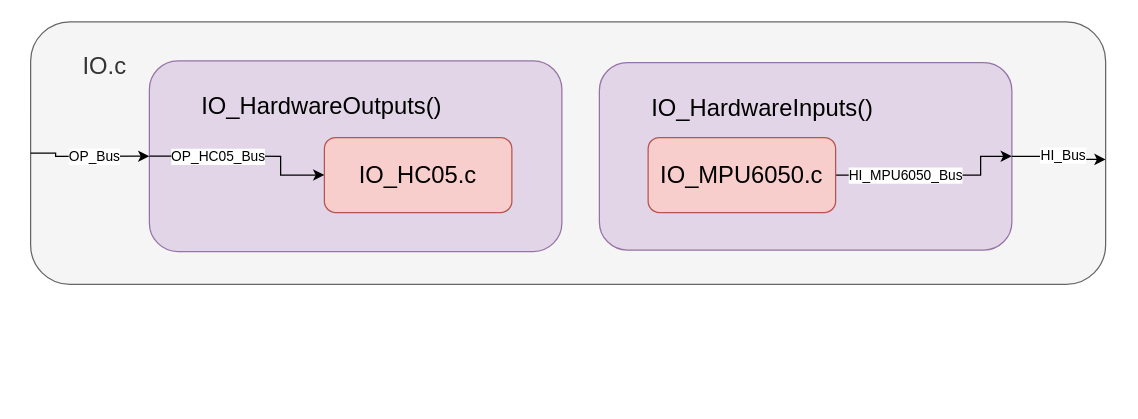
Earlier version of the draw.io diagram page "IO" (2 of 4) of Resources/BlockDiagrams/STM32_Reaction_Wheel_Architecture.drawio (austynloehr/stm32_reaction_wheel). Source tidied: cells renumbered, new cells numbered last; positions are measured from the earlier drawing's top-left corner, leaving out a move shared by most shapes. Both pictures are drawn from the tidied source at 125%, with x=0, y=0 at pixel (30, 21).
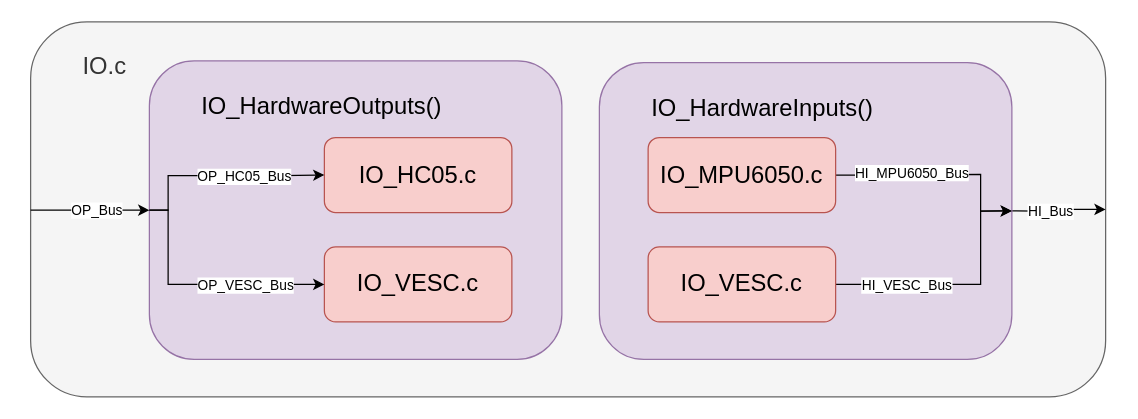
After the change.

The change refers to these unchanged cells:
```xml
<mxCell id="6" value="IO_MPU6050.c" style="rounded=1;whiteSpace=wrap;html=1;fillColor=#f8cecc;strokeColor=#b85450;fontSize=19;" parent="1" vertex="1">
  <mxGeometry x="494" y="92.5" width="150" height="60" as="geometry" />
</mxCell>
<mxCell id="8" value="IO_HC05.c" style="rounded=1;whiteSpace=wrap;html=1;fillColor=#f8cecc;strokeColor=#b85450;fontSize=19;" parent="1" vertex="1">
  <mxGeometry x="235" y="92.5" width="150" height="60" as="geometry" />
</mxCell>
```

What changed in the source:
```diff
@@
     <mxCell id="2" value="&lt;blockquote style=&quot;font-size: 18px;&quot;&gt;&lt;font style=&quot;font-size: 19px;&quot;&gt;IO.c&lt;/font&gt;&lt;/blockquote&gt;" style="rounded=1;whiteSpace=wrap;html=1;fillColor=#f5f5f5;strokeColor=#666666;align=left;labelPosition=center;verticalLabelPosition=middle;verticalAlign=top;fontColor=#333333;" parent="1" vertex="1">
-      <mxGeometry width="860" height="210" as="geometry" />
+      <mxGeometry width="860" height="300" as="geometry" />
     </mxCell>
+    <mxCell id="15" style="edgeStyle=orthogonalEdgeStyle;rounded=0;jettySize=auto;html=1;exitX=1;exitY=0.5;exitDx=0;exitDy=0;entryX=1;entryY=0.5;entryDx=0;entryDy=0;" parent="1" edge="1" source="3" target="2">
+      <mxGeometry relative="1" as="geometry">
+        <Array as="points">
+          <mxPoint x="805" y="151" />
+          <mxPoint x="805" y="150" />
+        </Array>
+      </mxGeometry>
+    </mxCell>
+    <mxCell id="14" value="HI_Bus" style="edgeLabel;html=1;align=center;verticalAlign=middle;" parent="15" vertex="1">
+      <mxGeometry x="-0.16" y="-1" relative="1" as="geometry" />
+    </mxCell>
     <mxCell id="3" value="&lt;blockquote&gt;IO_HardwareInputs()&lt;/blockquote&gt;" style="rounded=1;whiteSpace=wrap;html=1;fillColor=#e1d5e7;strokeColor=#9673a6;fontSize=19;align=left;verticalAlign=top;" parent="1" vertex="1">
-      <mxGeometry x="455" y="32.5" width="330" height="150" as="geometry" />
+      <mxGeometry x="455" y="32.5" width="330" height="237.5" as="geometry" />
     </mxCell>
     <mxCell id="4" style="edgeStyle=orthogonalEdgeStyle;rounded=0;jettySize=auto;html=1;exitX=1;exitY=0.5;exitDx=0;exitDy=0;entryX=1;entryY=0.5;entryDx=0;entryDy=0;" parent="1" edge="1" source="6" target="3">
       <mxGeometry relative="1" as="geometry">
         <Array as="points">
-          <mxPoint x="760" y="123" />
-          <mxPoint x="760" y="108" />
+          <mxPoint x="664" y="122" />
+          <mxPoint x="760" y="122" />
+          <mxPoint x="760" y="151" />
         </Array>
       </mxGeometry>
     </mxCell>
     <mxCell id="5" value="HI_MPU6050_Bus" style="edgeLabel;html=1;align=center;verticalAlign=middle;" parent="4" vertex="1">
-      <mxGeometry x="-0.02" relative="1" as="geometry">
-        <mxPoint x="-21" as="offset" />
-      </mxGeometry>
+      <mxGeometry x="-0.28" y="2" relative="1" as="geometry" />
     </mxCell>
@@
     <mxCell id="7" value="&lt;blockquote&gt;IO_HardwareOutputs()&lt;/blockquote&gt;" style="rounded=1;whiteSpace=wrap;html=1;fillColor=#e1d5e7;strokeColor=#9673a6;fontSize=19;align=left;verticalAlign=top;" parent="1" vertex="1">
-      <mxGeometry x="95" y="31.2" width="330" height="152.5" as="geometry" />
+      <mxGeometry x="95" y="31.2" width="330" height="238.8" as="geometry" />
     </mxCell>
@@
     <mxCell id="9" style="edgeStyle=orthogonalEdgeStyle;rounded=0;jettySize=auto;html=1;exitX=0;exitY=0.5;exitDx=0;exitDy=0;entryX=0;entryY=0.5;entryDx=0;entryDy=0;" parent="1" edge="1" source="2" target="7">
       <mxGeometry relative="1" as="geometry">
         <Array as="points">
-          <mxPoint x="20" y="105" />
-          <mxPoint x="20" y="108" />
+          <mxPoint x="95" y="150" />
         </Array>
       </mxGeometry>
     </mxCell>
@@
     <mxCell id="11" style="edgeStyle=orthogonalEdgeStyle;rounded=0;jettySize=auto;html=1;exitX=0;exitY=0.5;exitDx=0;exitDy=0;entryX=0;entryY=0.5;entryDx=0;entryDy=0;" parent="1" edge="1" source="7" target="8">
       <mxGeometry relative="1" as="geometry">
         <Array as="points">
-          <mxPoint x="200" y="108" />
+          <mxPoint x="110" y="151" />
+          <mxPoint x="110" y="123" />
           <mxPoint x="200" y="123" />
         </Array>
       </mxGeometry>
     </mxCell>
     <mxCell id="12" value="OP_HC05_Bus" style="edgeLabel;html=1;align=center;verticalAlign=middle;" parent="11" vertex="1">
       <mxGeometry x="-0.08" relative="1" as="geometry">
-        <mxPoint x="-16" as="offset" />
+        <mxPoint x="26" as="offset" />
       </mxGeometry>
     </mxCell>
-    <mxCell id="13" style="edgeStyle=orthogonalEdgeStyle;rounded=0;jettySize=auto;html=1;exitX=1;exitY=0.5;exitDx=0;exitDy=0;" parent="1" edge="1" source="3">
-      <mxGeometry relative="1" as="geometry">
-        <mxPoint x="860" y="110" as="targetPoint" />
-        <Array as="points">
-          <mxPoint x="827" y="108" />
-          <mxPoint x="827" y="110" />
-        </Array>
-      </mxGeometry>
-    </mxCell>
-    <mxCell id="14" value="HI_Bus" style="edgeLabel;html=1;align=center;verticalAlign=middle;" parent="13" vertex="1">
-      <mxGeometry x="0.11" y="1" relative="1" as="geometry">
-        <mxPoint x="-3" y="-2" as="offset" />
-      </mxGeometry>
-    </mxCell>
+    <mxCell id="16" value="IO_VESC.c" style="rounded=1;whiteSpace=wrap;html=1;fillColor=#f8cecc;strokeColor=#b85450;fontSize=19;" parent="1" vertex="1">
+      <mxGeometry x="235" y="180" width="150" height="60" as="geometry" />
+    </mxCell>
+    <mxCell id="17" style="edgeStyle=orthogonalEdgeStyle;rounded=0;jettySize=auto;html=1;exitX=1;exitY=0.5;exitDx=0;exitDy=0;entryX=1;entryY=0.5;entryDx=0;entryDy=0;" parent="1" edge="1" source="19" target="3">
+      <mxGeometry relative="1" as="geometry">
+        <Array as="points">
+          <mxPoint x="760" y="210" />
+          <mxPoint x="760" y="151" />
+        </Array>
+      </mxGeometry>
+    </mxCell>
+    <mxCell id="18" value="HI_VESC_Bus" style="edgeLabel;html=1;align=center;verticalAlign=middle;" parent="17" vertex="1">
+      <mxGeometry x="-0.22" y="-2" relative="1" as="geometry">
+        <mxPoint x="-22" y="-2" as="offset" />
+      </mxGeometry>
+    </mxCell>
+    <mxCell id="19" value="IO_VESC.c" style="rounded=1;whiteSpace=wrap;html=1;fillColor=#f8cecc;strokeColor=#b85450;fontSize=19;" parent="1" vertex="1">
+      <mxGeometry x="494" y="180" width="150" height="60" as="geometry" />
+    </mxCell>
+    <mxCell id="20" style="edgeStyle=orthogonalEdgeStyle;rounded=0;jettySize=auto;html=1;exitX=0;exitY=0.5;exitDx=0;exitDy=0;entryX=0;entryY=0.5;entryDx=0;entryDy=0;" parent="1" edge="1" source="7" target="16">
+      <mxGeometry relative="1" as="geometry">
+        <Array as="points">
+          <mxPoint x="110" y="151" />
+          <mxPoint x="110" y="210" />
+        </Array>
+      </mxGeometry>
+    </mxCell>
+    <mxCell id="21" value="OP_VESC_Bus" style="edgeLabel;html=1;align=center;verticalAlign=middle;" parent="20" vertex="1">
+      <mxGeometry x="0.36" relative="1" as="geometry" />
+    </mxCell>
```
